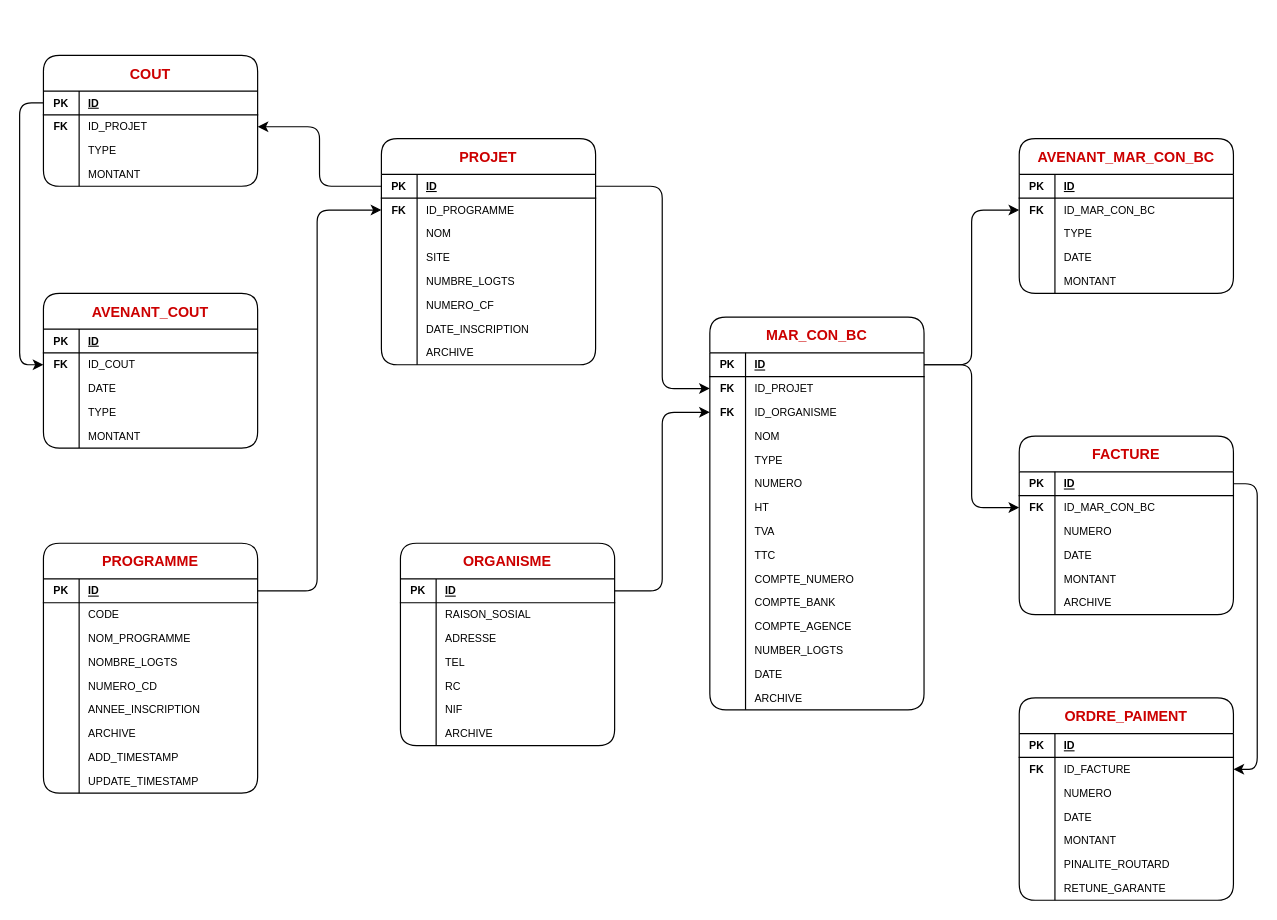
This is PROJET_DFC.drawio from moulayprogrammer/PROJET_DFC, a draw.io file, before an edit. Source tidied: cells renumbered, new cells numbered last; positions are measured from the earlier drawing's top-left corner, leaving out a move shared by most shapes. Both pictures are drawn from the tidied source at 119%, with x=0, y=0 at pixel (43, 55).
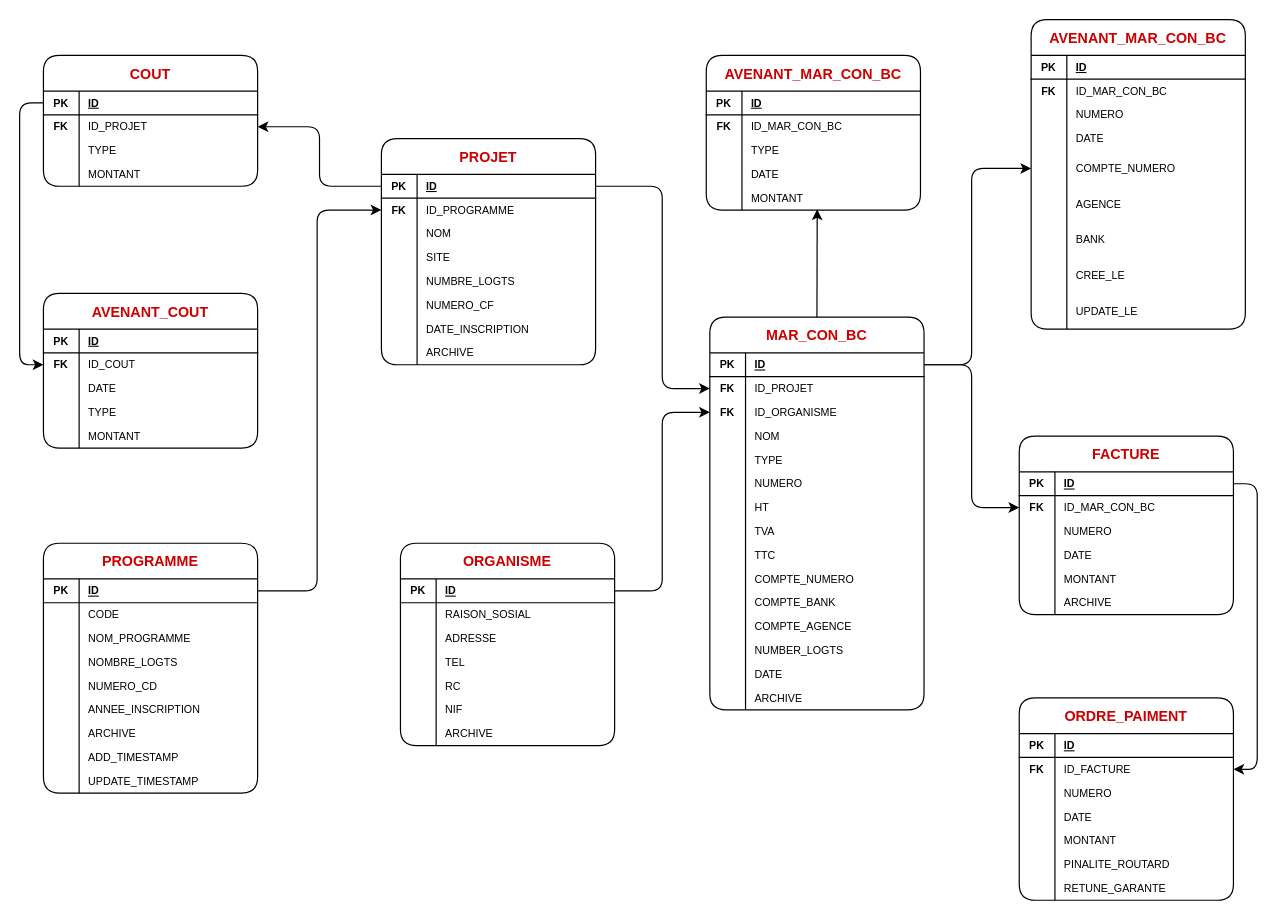
The same page after the edit.

Unchanged cells that the change refers to:
```xml
<mxCell id="87" value="MAR_CON_BC" style="shape=table;startSize=30;childLayout=tableLayout;rowLines=0;fontStyle=1;align=center;fontSize=12;fontColor=#CC0000;rounded=1;" parent="1" vertex="1">
  <mxGeometry x="560" y="220" width="180" height="330" as="geometry" />
</mxCell>
<mxCell id="88" style="shape=tableRow;horizontal=0;startSize=0;swimlaneHead=0;swimlaneBody=0;fillColor=none;points=[[0,0.5],[1,0.5]];portConstraint=eastwest;top=0;left=0;right=0;bottom=1;rounded=1;" parent="87" vertex="1">
  <mxGeometry y="30" width="180" height="20" as="geometry" />
</mxCell>
<mxCell id="137" style="shape=tableRow;horizontal=0;startSize=0;swimlaneHead=0;swimlaneBody=0;fillColor=none;points=[[0,0.5],[1,0.5]];portConstraint=eastwest;top=0;left=0;right=0;bottom=0;rounded=1;" parent="133" vertex="1">
  <mxGeometry y="50" width="180" height="20" as="geometry" />
</mxCell>
<mxCell id="146" style="shape=tableRow;horizontal=0;startSize=0;swimlaneHead=0;swimlaneBody=0;fillColor=none;points=[[0,0.5],[1,0.5]];portConstraint=eastwest;top=0;left=0;right=0;bottom=0;rounded=1;" parent="133" vertex="1">
  <mxGeometry y="110" width="180" height="20" as="geometry" />
</mxCell>
```

Diff of the diagram source:
```diff
@@
     <mxCell id="133" value="AVENANT_MAR_CON_BC" style="shape=table;startSize=30;childLayout=tableLayout;rowLines=0;fontStyle=1;align=center;fontSize=12;fontColor=#CC0000;rounded=1;" parent="1" vertex="1">
-      <mxGeometry x="820" y="70" width="180" height="130" as="geometry" />
+      <mxGeometry x="557" width="180" height="130" as="geometry" />
     </mxCell>
@@
-    <mxCell id="172" style="edgeStyle=orthogonalEdgeStyle;rounded=1;jettySize=auto;html=1;exitX=1;exitY=0.5;exitDx=0;exitDy=0;entryX=0;entryY=0.5;entryDx=0;entryDy=0;fontSize=12;fontColor=#CC0000;" parent="1" edge="1" source="88" target="137">
-      <mxGeometry relative="1" as="geometry" />
+    <mxCell id="172" style="edgeStyle=orthogonalEdgeStyle;rounded=1;jettySize=auto;html=1;exitX=1;exitY=0.5;exitDx=0;exitDy=0;entryX=0;entryY=0.5;entryDx=0;entryDy=0;fontSize=12;fontColor=#CC0000;" parent="1" edge="1" source="88" target="230">
+      <mxGeometry relative="1" as="geometry">
+        <Array as="points">
+          <mxPoint x="780" y="260" />
+          <mxPoint x="780" y="95" />
+        </Array>
+      </mxGeometry>
     </mxCell>
@@
+    <mxCell id="217" value="AVENANT_MAR_CON_BC" style="shape=table;startSize=30;childLayout=tableLayout;rowLines=0;fontStyle=1;align=center;fontSize=12;fontColor=#CC0000;rounded=1;" parent="1" vertex="1">
+      <mxGeometry x="830" y="-30" width="180" height="260" as="geometry" />
+    </mxCell>
+    <mxCell id="218" style="shape=tableRow;horizontal=0;startSize=0;swimlaneHead=0;swimlaneBody=0;fillColor=none;top=0;left=0;right=0;bottom=1;rounded=1;" parent="217" vertex="1">
+      <mxGeometry y="30" width="180" height="20" as="geometry" />
+    </mxCell>
+    <mxCell id="219" value="PK" style="shape=partialRectangle;fillColor=none;top=0;left=0;bottom=0;right=0;fontStyle=1;overflow=hidden;fontSize=9;verticalAlign=middle;spacing=2;rounded=1;" parent="218" vertex="1">
+      <mxGeometry width="30" height="20" as="geometry" />
+    </mxCell>
+    <mxCell id="220" value="ID" style="shape=partialRectangle;fillColor=none;top=0;left=0;bottom=0;right=0;align=left;spacingLeft=6;fontStyle=5;overflow=hidden;fontSize=9;verticalAlign=middle;spacing=2;rounded=1;" parent="218" vertex="1">
+      <mxGeometry x="30" width="150" height="20" as="geometry" />
+    </mxCell>
+    <mxCell id="221" style="shape=tableRow;horizontal=0;startSize=0;swimlaneHead=0;swimlaneBody=0;fillColor=none;top=0;left=0;right=0;bottom=0;rounded=1;" parent="217" vertex="1">
+      <mxGeometry y="50" width="180" height="20" as="geometry" />
+    </mxCell>
+    <mxCell id="222" value="FK" style="shape=partialRectangle;fillColor=none;top=0;left=0;bottom=0;right=0;overflow=hidden;fontSize=9;verticalAlign=middle;spacing=2;fontStyle=1;rounded=1;" parent="221" vertex="1">
+      <mxGeometry width="30" height="20" as="geometry" />
+    </mxCell>
+    <mxCell id="223" value="ID_MAR_CON_BC" style="shape=partialRectangle;fillColor=none;top=0;left=0;bottom=0;right=0;align=left;spacingLeft=6;overflow=hidden;fontSize=9;verticalAlign=middle;spacing=2;rounded=1;" parent="221" vertex="1">
+      <mxGeometry x="30" width="150" height="20" as="geometry" />
+    </mxCell>
+    <mxCell id="224" style="shape=tableRow;horizontal=0;startSize=0;swimlaneHead=0;swimlaneBody=0;fillColor=none;top=0;left=0;right=0;bottom=0;rounded=1;" parent="217" vertex="1">
+      <mxGeometry y="70" width="180" height="20" as="geometry" />
+    </mxCell>
+    <mxCell id="225" style="shape=partialRectangle;fillColor=none;top=0;left=0;bottom=0;right=0;overflow=hidden;fontSize=9;verticalAlign=middle;spacing=2;rounded=1;" parent="224" vertex="1">
+      <mxGeometry width="30" height="20" as="geometry" />
+    </mxCell>
+    <mxCell id="226" value="NUMERO    " style="shape=partialRectangle;fillColor=none;top=0;left=0;bottom=0;right=0;align=left;spacingLeft=6;overflow=hidden;fontSize=9;verticalAlign=middle;spacing=2;rounded=1;" parent="224" vertex="1">
+      <mxGeometry x="30" width="150" height="20" as="geometry" />
+    </mxCell>
+    <mxCell id="227" style="shape=tableRow;horizontal=0;startSize=0;swimlaneHead=0;swimlaneBody=0;fillColor=none;top=0;left=0;right=0;bottom=0;rounded=1;" parent="217" vertex="1">
+      <mxGeometry y="90" width="180" height="20" as="geometry" />
+    </mxCell>
+    <mxCell id="228" style="shape=partialRectangle;fillColor=none;top=0;left=0;bottom=0;right=0;overflow=hidden;fontSize=9;verticalAlign=middle;spacing=2;rounded=1;" parent="227" vertex="1">
+      <mxGeometry width="30" height="20" as="geometry" />
+    </mxCell>
+    <mxCell id="229" value="DATE" style="shape=partialRectangle;fillColor=none;top=0;left=0;bottom=0;right=0;align=left;spacingLeft=6;overflow=hidden;fontSize=9;verticalAlign=middle;spacing=2;rounded=1;" parent="227" vertex="1">
+      <mxGeometry x="30" width="150" height="20" as="geometry" />
+    </mxCell>
+    <mxCell id="230" style="shape=tableRow;horizontal=0;startSize=0;swimlaneHead=0;swimlaneBody=0;fillColor=none;points=[[0,0.5],[1,0.5]];portConstraint=eastwest;top=0;left=0;right=0;bottom=0;rounded=1;" parent="217" vertex="1">
+      <mxGeometry y="110" width="180" height="30" as="geometry" />
+    </mxCell>
+    <mxCell id="231" style="shape=partialRectangle;fillColor=none;top=0;left=0;bottom=0;right=0;overflow=hidden;fontSize=9;verticalAlign=middle;spacing=2;rounded=1;" parent="230" vertex="1">
+      <mxGeometry width="30" height="30" as="geometry" />
+    </mxCell>
+    <mxCell id="232" value="COMPTE_NUMERO" style="shape=partialRectangle;fillColor=none;top=0;left=0;bottom=0;right=0;align=left;spacingLeft=6;overflow=hidden;fontSize=9;verticalAlign=middle;spacing=2;rounded=1;" parent="230" vertex="1">
+      <mxGeometry x="30" width="150" height="30" as="geometry" />
+    </mxCell>
+    <mxCell id="233" style="shape=tableRow;horizontal=0;startSize=0;swimlaneHead=0;swimlaneBody=0;fillColor=none;top=0;left=0;right=0;bottom=0;rounded=1;" parent="217" vertex="1">
+      <mxGeometry y="140" width="180" height="30" as="geometry" />
+    </mxCell>
+    <mxCell id="234" style="shape=partialRectangle;fillColor=none;top=0;left=0;bottom=0;right=0;overflow=hidden;fontSize=9;verticalAlign=middle;spacing=2;rounded=1;" parent="233" vertex="1">
+      <mxGeometry width="30" height="30" as="geometry" />
+    </mxCell>
+    <mxCell id="235" value="AGENCE" style="shape=partialRectangle;fillColor=none;top=0;left=0;bottom=0;right=0;align=left;spacingLeft=6;overflow=hidden;fontSize=9;verticalAlign=middle;spacing=2;rounded=1;" parent="233" vertex="1">
+      <mxGeometry x="30" width="150" height="30" as="geometry" />
+    </mxCell>
+    <mxCell id="236" style="shape=tableRow;horizontal=0;startSize=0;swimlaneHead=0;swimlaneBody=0;fillColor=none;top=0;left=0;right=0;bottom=0;rounded=1;" parent="217" vertex="1">
+      <mxGeometry y="170" width="180" height="30" as="geometry" />
+    </mxCell>
+    <mxCell id="237" style="shape=partialRectangle;fillColor=none;top=0;left=0;bottom=0;right=0;overflow=hidden;fontSize=9;verticalAlign=middle;spacing=2;rounded=1;" parent="236" vertex="1">
+      <mxGeometry width="30" height="30" as="geometry" />
+    </mxCell>
+    <mxCell id="238" value="BANK" style="shape=partialRectangle;fillColor=none;top=0;left=0;bottom=0;right=0;align=left;spacingLeft=6;overflow=hidden;fontSize=9;verticalAlign=middle;spacing=2;rounded=1;" parent="236" vertex="1">
+      <mxGeometry x="30" width="150" height="30" as="geometry" />
+    </mxCell>
+    <mxCell id="239" style="shape=tableRow;horizontal=0;startSize=0;swimlaneHead=0;swimlaneBody=0;fillColor=none;top=0;left=0;right=0;bottom=0;rounded=1;" parent="217" vertex="1">
+      <mxGeometry y="200" width="180" height="30" as="geometry" />
+    </mxCell>
+    <mxCell id="240" style="shape=partialRectangle;fillColor=none;top=0;left=0;bottom=0;right=0;overflow=hidden;fontSize=9;verticalAlign=middle;spacing=2;rounded=1;" parent="239" vertex="1">
+      <mxGeometry width="30" height="30" as="geometry" />
+    </mxCell>
+    <mxCell id="241" value="CREE_LE" style="shape=partialRectangle;fillColor=none;top=0;left=0;bottom=0;right=0;align=left;spacingLeft=6;overflow=hidden;fontSize=9;verticalAlign=middle;spacing=2;rounded=1;" parent="239" vertex="1">
+      <mxGeometry x="30" width="150" height="30" as="geometry" />
+    </mxCell>
+    <mxCell id="242" style="shape=tableRow;horizontal=0;startSize=0;swimlaneHead=0;swimlaneBody=0;fillColor=none;top=0;left=0;right=0;bottom=0;rounded=1;" parent="217" vertex="1">
+      <mxGeometry y="230" width="180" height="30" as="geometry" />
+    </mxCell>
+    <mxCell id="243" style="shape=partialRectangle;fillColor=none;top=0;left=0;bottom=0;right=0;overflow=hidden;fontSize=9;verticalAlign=middle;spacing=2;rounded=1;" parent="242" vertex="1">
+      <mxGeometry width="30" height="30" as="geometry" />
+    </mxCell>
+    <mxCell id="244" value="UPDATE_LE" style="shape=partialRectangle;fillColor=none;top=0;left=0;bottom=0;right=0;align=left;spacingLeft=6;overflow=hidden;fontSize=9;verticalAlign=middle;spacing=2;rounded=1;" parent="242" vertex="1">
+      <mxGeometry x="30" width="150" height="30" as="geometry" />
+    </mxCell>
+    <mxCell id="245" style="rounded=1;jettySize=auto;html=1;exitX=0.5;exitY=0;exitDx=0;exitDy=0;fontSize=12;fontColor=#CC0000;entryX=0.518;entryY=0.972;entryDx=0;entryDy=0;entryPerimeter=0;" parent="1" edge="1" source="87" target="146">
+      <mxGeometry relative="1" as="geometry" />
+    </mxCell>
```
